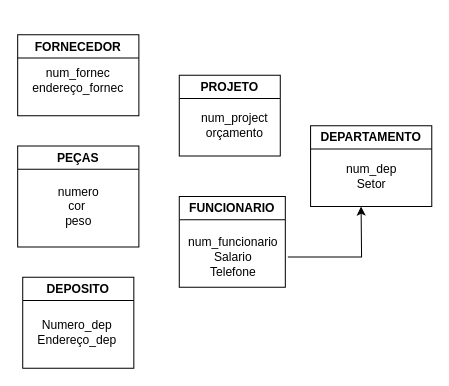
This is Comercio .drawio from willtinoco97/Banco-de-Dados, a draw.io file, before an edit. Source tidied: cells renumbered, new cells numbered last; positions are measured from the earlier drawing's top-left corner, leaving out a move shared by most shapes. Both pictures are drawn from the tidied source at 101%, with x=0, y=0 at pixel (17, 34).
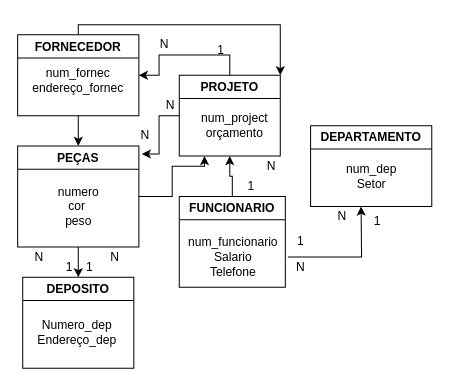
The same page after the edit.

The change refers to these unchanged cells:
```xml
<mxCell id="2" value="PEÇAS" style="swimlane;whiteSpace=wrap;html=1;" parent="1" vertex="1">
  <mxGeometry y="110" width="120" height="100" as="geometry" />
</mxCell>
<mxCell id="4" value="DEPOSITO" style="swimlane;whiteSpace=wrap;html=1;" parent="1" vertex="1">
  <mxGeometry x="5" y="240" width="110" height="90" as="geometry" />
</mxCell>
<mxCell id="6" value="FORNECEDOR" style="swimlane;whiteSpace=wrap;html=1;" parent="1" vertex="1">
  <mxGeometry width="120" height="80" as="geometry" />
</mxCell>
<mxCell id="8" value="PROJETO" style="swimlane;whiteSpace=wrap;html=1;" parent="1" vertex="1">
  <mxGeometry x="160" y="40" width="100" height="80" as="geometry" />
</mxCell>
<mxCell id="10" value="FUNCIONARIO" style="swimlane;whiteSpace=wrap;html=1;" parent="1" vertex="1">
  <mxGeometry x="160" y="160" width="105" height="90" as="geometry" />
</mxCell>
```

Diff of the diagram source:
```diff
@@
+    <mxCell id="15" style="edgeStyle=orthogonalEdgeStyle;rounded=0;jettySize=auto;html=1;exitX=1;exitY=0.5;exitDx=0;exitDy=0;" parent="1" edge="1" source="2">
+      <mxGeometry relative="1" as="geometry">
+        <mxPoint x="185" y="120" as="targetPoint" />
+        <Array as="points">
+          <mxPoint x="153" y="160" />
+          <mxPoint x="153" y="130" />
+          <mxPoint x="185" y="130" />
+        </Array>
+      </mxGeometry>
+    </mxCell>
+    <mxCell id="16" style="edgeStyle=orthogonalEdgeStyle;rounded=0;jettySize=auto;html=1;exitX=0.5;exitY=1;exitDx=0;exitDy=0;entryX=0.5;entryY=0;entryDx=0;entryDy=0;" parent="1" edge="1" source="2" target="4">
+      <mxGeometry relative="1" as="geometry" />
+    </mxCell>
@@
+    <mxCell id="17" style="edgeStyle=orthogonalEdgeStyle;rounded=0;jettySize=auto;html=1;exitX=0.5;exitY=1;exitDx=0;exitDy=0;entryX=0.5;entryY=0;entryDx=0;entryDy=0;" parent="1" edge="1" source="6" target="2">
+      <mxGeometry relative="1" as="geometry" />
+    </mxCell>
+    <mxCell id="18" style="edgeStyle=orthogonalEdgeStyle;rounded=0;jettySize=auto;html=1;exitX=0.5;exitY=0;exitDx=0;exitDy=0;entryX=1;entryY=0;entryDx=0;entryDy=0;" parent="1" edge="1" source="6" target="8">
+      <mxGeometry relative="1" as="geometry">
+        <Array as="points">
+          <mxPoint x="60" y="-10" />
+          <mxPoint x="260" y="-10" />
+        </Array>
+      </mxGeometry>
+    </mxCell>
@@
+    <mxCell id="19" style="edgeStyle=orthogonalEdgeStyle;rounded=0;jettySize=auto;html=1;exitX=0.5;exitY=0;exitDx=0;exitDy=0;entryX=1;entryY=0.5;entryDx=0;entryDy=0;" parent="1" edge="1" source="8" target="6">
+      <mxGeometry relative="1" as="geometry" />
+    </mxCell>
+    <mxCell id="20" style="edgeStyle=orthogonalEdgeStyle;rounded=0;jettySize=auto;html=1;exitX=0;exitY=0.5;exitDx=0;exitDy=0;entryX=1.025;entryY=0.08;entryDx=0;entryDy=0;entryPerimeter=0;" parent="1" edge="1" source="8" target="2">
+      <mxGeometry relative="1" as="geometry" />
+    </mxCell>
@@
+    <mxCell id="21" style="edgeStyle=orthogonalEdgeStyle;rounded=0;jettySize=auto;html=1;exitX=0.5;exitY=0;exitDx=0;exitDy=0;entryX=0.5;entryY=1;entryDx=0;entryDy=0;" parent="1" edge="1" source="10" target="8">
+      <mxGeometry relative="1" as="geometry" />
+    </mxCell>
@@
+    <mxCell id="22" value="1" style="text;html=1;align=center;verticalAlign=middle;strokeColor=none;fillColor=none;" parent="1" vertex="1">
+      <mxGeometry x="56" y="215" width="30" height="30" as="geometry" />
+    </mxCell>
+    <mxCell id="23" value="N" style="text;html=1;align=center;verticalAlign=middle;strokeColor=none;fillColor=none;" parent="1" vertex="1">
+      <mxGeometry x="81" y="205" width="30" height="30" as="geometry" />
+    </mxCell>
+    <mxCell id="24" value="N" style="text;html=1;align=center;verticalAlign=middle;strokeColor=none;fillColor=none;" parent="1" vertex="1">
+      <mxGeometry x="6" y="205" width="30" height="30" as="geometry" />
+    </mxCell>
+    <mxCell id="25" value="1" style="text;html=1;align=center;verticalAlign=middle;strokeColor=none;fillColor=none;" parent="1" vertex="1">
+      <mxGeometry x="36" y="215" width="30" height="30" as="geometry" />
+    </mxCell>
+    <mxCell id="26" value="N" style="text;html=1;align=center;verticalAlign=middle;strokeColor=none;fillColor=none;" parent="1" vertex="1">
+      <mxGeometry x="265" y="215" width="30" height="30" as="geometry" />
+    </mxCell>
+    <mxCell id="27" value="1" style="text;html=1;align=center;verticalAlign=middle;strokeColor=none;fillColor=none;" parent="1" vertex="1">
+      <mxGeometry x="341" y="170" width="30" height="30" as="geometry" />
+    </mxCell>
+    <mxCell id="28" value="N" style="text;html=1;align=center;verticalAlign=middle;strokeColor=none;fillColor=none;" parent="1" vertex="1">
+      <mxGeometry x="306" y="165" width="30" height="30" as="geometry" />
+    </mxCell>
+    <mxCell id="29" value="1" style="text;html=1;align=center;verticalAlign=middle;strokeColor=none;fillColor=none;" parent="1" vertex="1">
+      <mxGeometry x="265" y="190" width="30" height="30" as="geometry" />
+    </mxCell>
+    <mxCell id="30" value="1" style="text;html=1;align=center;verticalAlign=middle;strokeColor=none;fillColor=none;" parent="1" vertex="1">
+      <mxGeometry x="216" y="135" width="30" height="30" as="geometry" />
+    </mxCell>
+    <mxCell id="31" value="N" style="text;html=1;align=center;verticalAlign=middle;strokeColor=none;fillColor=none;" parent="1" vertex="1">
+      <mxGeometry x="236" y="115" width="30" height="30" as="geometry" />
+    </mxCell>
+    <mxCell id="32" value="1" style="text;html=1;align=center;verticalAlign=middle;strokeColor=none;fillColor=none;" parent="1" vertex="1">
+      <mxGeometry x="186" width="30" height="30" as="geometry" />
+    </mxCell>
+    <mxCell id="33" value="N" style="text;html=1;align=center;verticalAlign=middle;strokeColor=none;fillColor=none;" parent="1" vertex="1">
+      <mxGeometry x="130" y="-5" width="30" height="30" as="geometry" />
+    </mxCell>
+    <mxCell id="34" value="N" style="text;html=1;align=center;verticalAlign=middle;strokeColor=none;fillColor=none;" parent="1" vertex="1">
+      <mxGeometry x="136" y="55" width="30" height="30" as="geometry" />
+    </mxCell>
+    <mxCell id="35" value="N" style="text;html=1;align=center;verticalAlign=middle;strokeColor=none;fillColor=none;" parent="1" vertex="1">
+      <mxGeometry x="111" y="85" width="30" height="30" as="geometry" />
+    </mxCell>
```
